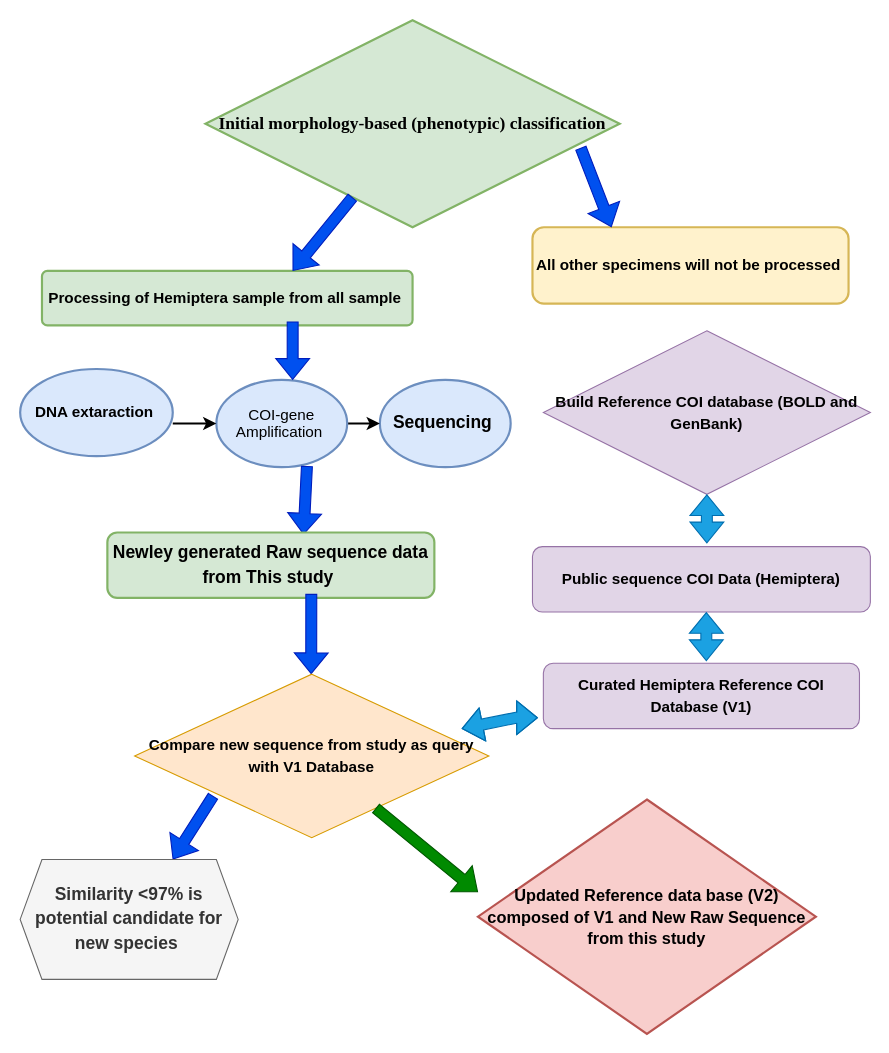
Above: Untitled Diagram.drawio in AberaKU/New-Project-on-Insects (draw.io), before the change. Source tidied: cells renumbered, new cells numbered last; positions are measured from the earlier drawing's top-left corner, leaving out a move shared by most shapes. Both pictures are drawn from the tidied source at 109%, with x=0, y=0 at pixel (20, 20).
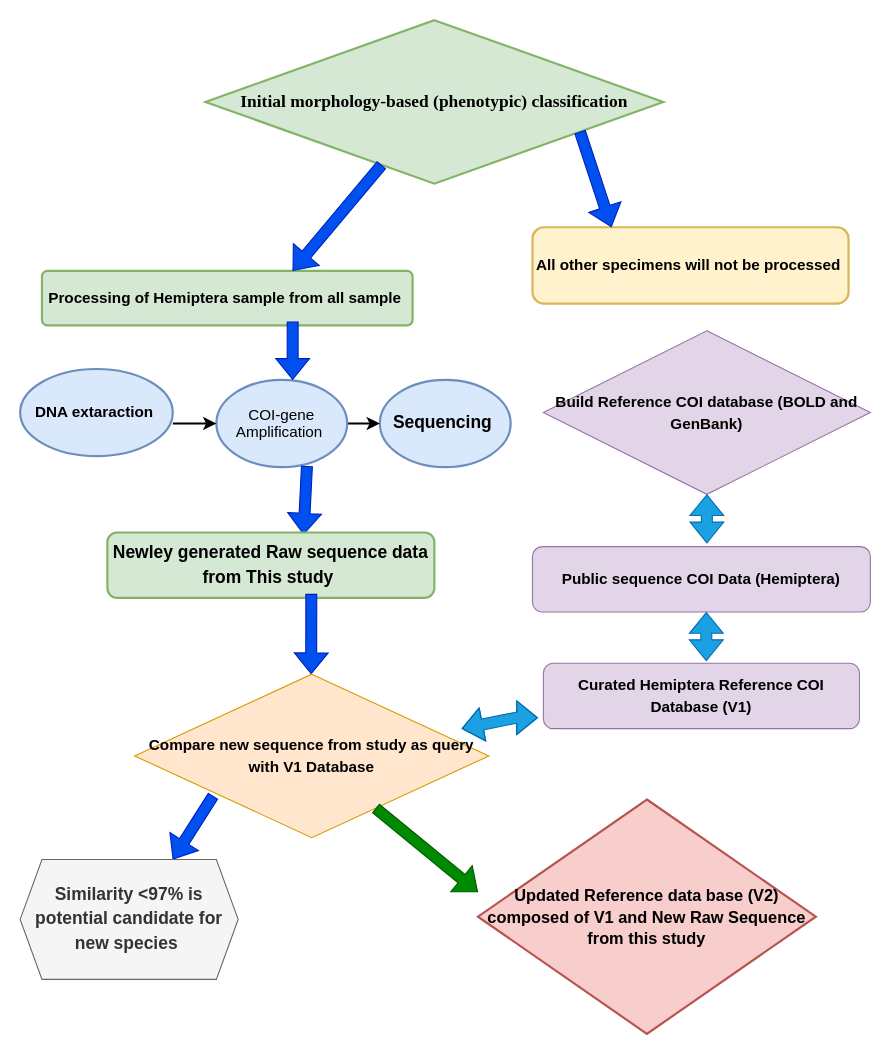
After the change.

The change refers to these unchanged cells:
```xml
<mxCell id="4" value="&lt;font style=&quot;font-size: 14px;&quot;&gt;&lt;b style=&quot;line-height: 160%;&quot;&gt;All other specimens will not be processed&lt;/b&gt;&lt;/font&gt;&amp;nbsp;" style="rounded=1;whiteSpace=wrap;html=1;strokeWidth=2;fillColor=#fff2cc;strokeColor=#d6b656;" parent="1" vertex="1">
  <mxGeometry x="470" y="190" width="290" height="70" as="geometry" />
</mxCell>
```

What changed in the source:
```diff
@@
     <mxCell id="2" value="&lt;font style=&quot;font-size: 16px; line-height: 140%;&quot; face=&quot;Times New Roman&quot;&gt;&lt;b&gt;Initial morphology-based (phenotypic) classification&lt;/b&gt;&lt;/font&gt;" style="rhombus;whiteSpace=wrap;html=1;shapeInside=1;strokeWidth=2;fillColor=#d5e8d4;strokeColor=#82b366;" parent="1" vertex="1">
-      <mxGeometry x="170" width="380" height="190" as="geometry" />
+      <mxGeometry x="170" width="420" height="150" as="geometry" />
     </mxCell>
@@
-    <mxCell id="21" style="shape=flexArrow;endArrow=classic;html=1;rounded=0;fontFamily=Helvetica;fontSize=12;fontColor=default;fillColor=#0050ef;strokeColor=#001DBC;exitX=0.906;exitY=0.616;exitDx=0;exitDy=0;exitPerimeter=0;entryX=0.25;entryY=0;entryDx=0;entryDy=0;" parent="1" edge="1" source="2" target="4">
+    <mxCell id="21" style="shape=flexArrow;endArrow=classic;html=1;rounded=0;fontFamily=Helvetica;fontSize=12;fontColor=default;fillColor=#0050ef;strokeColor=#001DBC;exitX=0.818;exitY=0.682;exitDx=0;exitDy=0;exitPerimeter=0;entryX=0.25;entryY=0;entryDx=0;entryDy=0;" parent="1" edge="1" source="2" target="4">
       <mxGeometry relative="1" as="geometry" />
     </mxCell>
```
